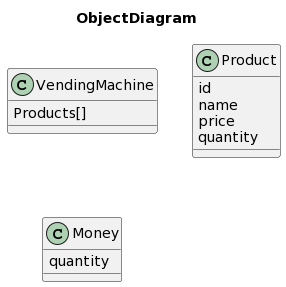
This is docs/diagrams/object diagram/DiagramObject.png from mmasias/idsw2, a PlantUML export, as it was before one commit.
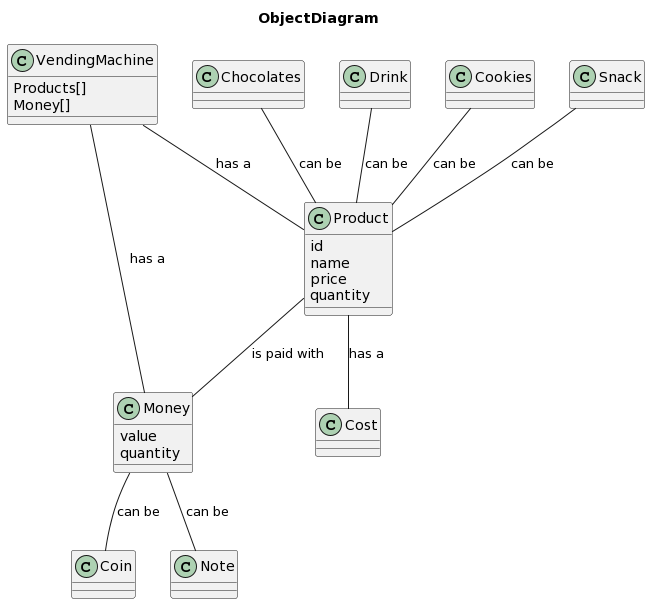
The same file after the commit.

Change to the diagram source:
```diff
@@ -1,8 +1,5 @@
 @startuml
 title ObjectDiagram
-class VendingMachine{
-Products[]
-}
 class Product{
 id
 name
@@ -10,6 +7,30 @@
 quantity
 }
 class Money{
+value
 quantity
 }
+class Coin
+class Note
+class Cookies
+class Chocolates
+class Drink
+class Snack
+class VendingMachine{
+Products[]
+Money[]
+}
+
+
+
+Product -- Cost : has a
+VendingMachine -- Product : has a
+VendingMachine -- Money : has a
+Product -- Money : is paid with
+Money -- Coin : can be
+Money -- Note : can be
+Product -u- Cookies : can be
+Product -u- Drink : can be
+Product -u- Chocolates: can be
+Product -u- Snack : can be
 @enduml
```
